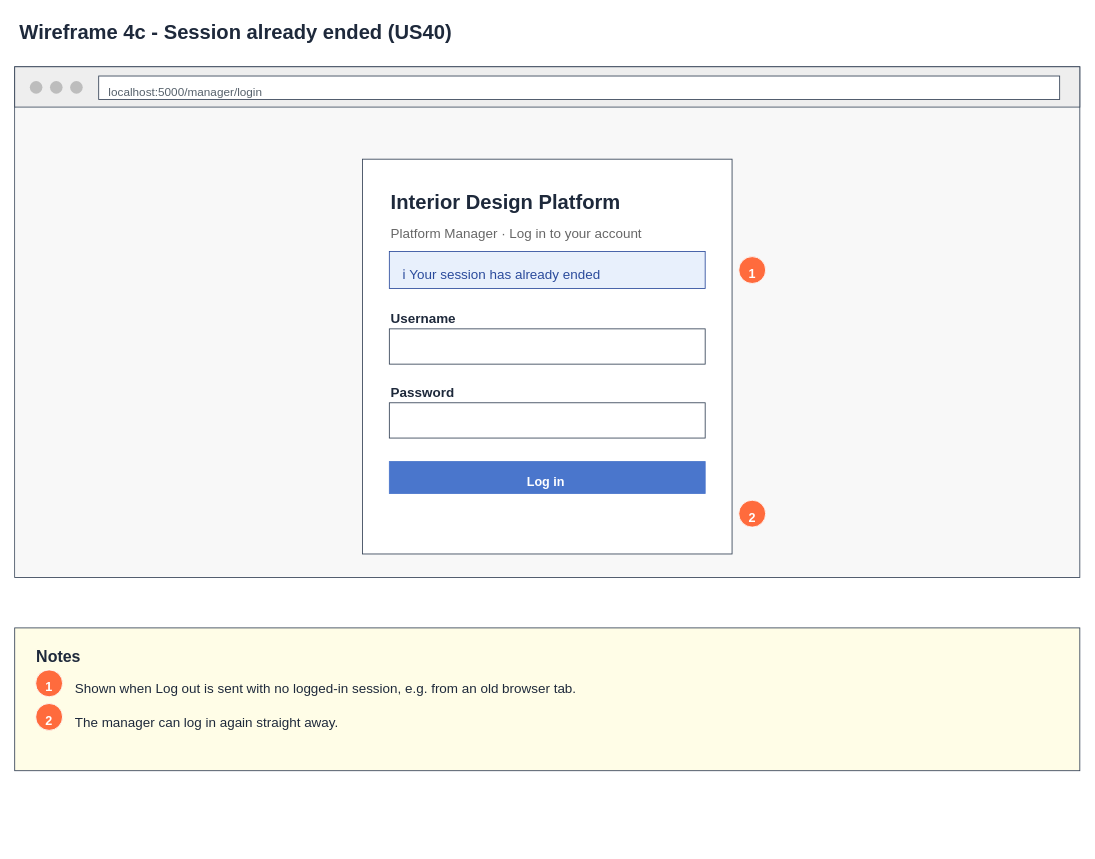
The draw.io diagram page "4c Wireframe - Session already ended" (4 of 7) of Sprint_2/US40 - Platform Manager Log out/US40 Platform manager log out.drawio in Hanzxc/CSIT314-ARCHSS, before the edit. Source tidied: cells renumbered, new cells numbered last; positions are measured from the earlier drawing's top-left corner, leaving out a move shared by most shapes. Both pictures are drawn from the tidied source at 84%, with x=0, y=0 at pixel (14, 14).
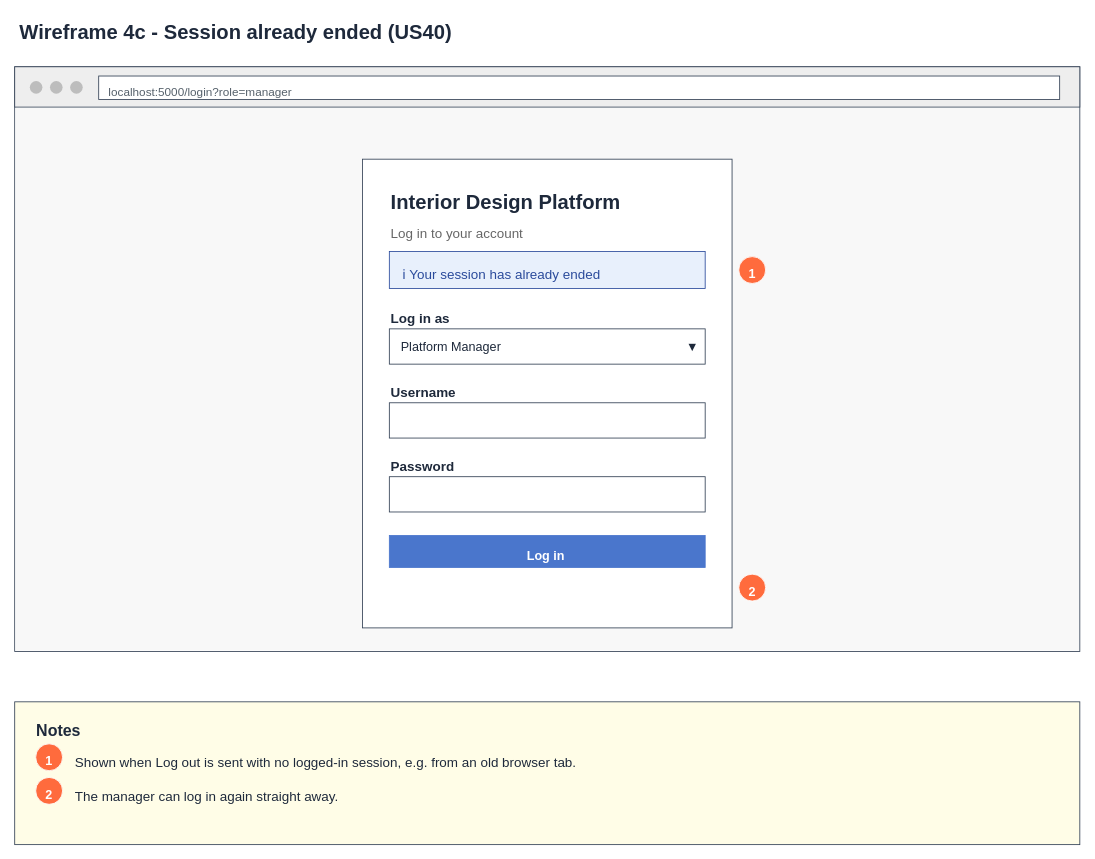
Above is the later version.

Diff of the diagram source:
```diff
@@
     <mxCell id="3" style="rounded=0;whiteSpace=wrap;fillColor=#ffffff;strokeColor=#334155;" parent="1" vertex="1">
-      <mxGeometry y="62" width="1268" height="608" as="geometry" />
+      <mxGeometry y="62" width="1268" height="696" as="geometry" />
     </mxCell>
@@
-    <mxCell id="9" value="localhost:5000/manager/login" style="text;html=0;align=left;verticalAlign=top;fontSize=14;fontStyle=0;fontColor=#56616b;" parent="1" vertex="1">
+    <mxCell id="9" value="localhost:5000/login?role=manager" style="text;html=0;align=left;verticalAlign=top;fontSize=14;fontStyle=0;fontColor=#56616b;" parent="1" vertex="1">
       <mxGeometry x="110" y="77" width="195" height="23" as="geometry" />
     </mxCell>
     <mxCell id="10" style="rounded=0;whiteSpace=wrap;fillColor=#f8f8f8;strokeColor=none;" parent="1" vertex="1">
-      <mxGeometry x="1" y="111" width="1266" height="558" as="geometry" />
+      <mxGeometry x="1" y="111" width="1266" height="646" as="geometry" />
     </mxCell>
     <mxCell id="11" style="rounded=0;whiteSpace=wrap;fillColor=#ffffff;strokeColor=#334155;" parent="1" vertex="1">
-      <mxGeometry x="414" y="172" width="440" height="470" as="geometry" />
+      <mxGeometry x="414" y="172" width="440" height="558" as="geometry" />
     </mxCell>
@@
-    <mxCell id="13" value="Platform Manager · Log in to your account" style="text;html=0;align=left;verticalAlign=top;fontSize=16;fontStyle=0;fontColor=#666666;" parent="1" vertex="1">
+    <mxCell id="13" value="Log in to your account" style="text;html=0;align=left;verticalAlign=top;fontSize=16;fontStyle=0;fontColor=#666666;" parent="1" vertex="1">
       <mxGeometry x="446" y="244" width="303" height="26" as="geometry" />
     </mxCell>
@@
     <mxCell id="16" value="Username" style="text;html=0;align=left;verticalAlign=top;fontSize=16;fontStyle=1;fontColor=#1e293b;" parent="1" vertex="1">
-      <mxGeometry x="446" y="346" width="86" height="26" as="geometry" />
+      <mxGeometry x="446" y="434" width="86" height="26" as="geometry" />
     </mxCell>
     <mxCell id="17" style="rounded=0;whiteSpace=wrap;fillColor=#ffffff;strokeColor=#334155;" parent="1" vertex="1">
-      <mxGeometry x="446" y="374" width="376" height="42" as="geometry" />
+      <mxGeometry x="446" y="462" width="376" height="42" as="geometry" />
     </mxCell>
     <mxCell id="18" value="Password" style="text;html=0;align=left;verticalAlign=top;fontSize=16;fontStyle=1;fontColor=#1e293b;" parent="1" vertex="1">
-      <mxGeometry x="446" y="434" width="84" height="26" as="geometry" />
+      <mxGeometry x="446" y="522" width="84" height="26" as="geometry" />
     </mxCell>
     <mxCell id="19" style="rounded=0;whiteSpace=wrap;fillColor=#ffffff;strokeColor=#334155;" parent="1" vertex="1">
-      <mxGeometry x="446" y="462" width="376" height="42" as="geometry" />
+      <mxGeometry x="446" y="550" width="376" height="42" as="geometry" />
     </mxCell>
     <mxCell id="20" style="rounded=0;whiteSpace=wrap;fillColor=#4a76cc;strokeColor=#4a76cc;" parent="1" vertex="1">
-      <mxGeometry x="446" y="532" width="376" height="38" as="geometry" />
+      <mxGeometry x="446" y="620" width="376" height="38" as="geometry" />
     </mxCell>
     <mxCell id="21" value="Log in" style="text;html=0;align=left;verticalAlign=top;fontSize=15;fontStyle=1;fontColor=#ffffff;" parent="1" vertex="1">
-      <mxGeometry x="608" y="541" width="52" height="24" as="geometry" />
+      <mxGeometry x="608" y="629" width="52" height="24" as="geometry" />
     </mxCell>
@@
     <mxCell id="24" style="ellipse;fillColor=#ff6b3d;strokeColor=#ffffff;" parent="1" vertex="1">
-      <mxGeometry x="862" y="578" width="32" height="32" as="geometry" />
+      <mxGeometry x="862" y="666" width="32" height="32" as="geometry" />
     </mxCell>
     <mxCell id="25" value="2" style="text;html=0;align=left;verticalAlign=top;fontSize=15;fontStyle=1;fontColor=#ffffff;" parent="1" vertex="1">
-      <mxGeometry x="872" y="583" width="16" height="24" as="geometry" />
+      <mxGeometry x="872" y="671" width="16" height="24" as="geometry" />
     </mxCell>
     <mxCell id="26" style="rounded=0;whiteSpace=wrap;fillColor=#fffde7;strokeColor=#334155;" parent="1" vertex="1">
-      <mxGeometry y="730" width="1268" height="170" as="geometry" />
+      <mxGeometry y="818" width="1268" height="170" as="geometry" />
     </mxCell>
     <mxCell id="27" value="Notes" style="text;html=0;align=left;verticalAlign=top;fontSize=19;fontStyle=1;fontColor=#1e293b;" parent="1" vertex="1">
-      <mxGeometry x="24" y="746" width="62" height="30" as="geometry" />
+      <mxGeometry x="24" y="834" width="62" height="30" as="geometry" />
     </mxCell>
     <mxCell id="28" style="ellipse;fillColor=#ff6b3d;strokeColor=#ffffff;" parent="1" vertex="1">
-      <mxGeometry x="25" y="780" width="32" height="32" as="geometry" />
+      <mxGeometry x="25" y="868" width="32" height="32" as="geometry" />
     </mxCell>
     <mxCell id="29" value="1" style="text;html=0;align=left;verticalAlign=top;fontSize=15;fontStyle=1;fontColor=#ffffff;" parent="1" vertex="1">
-      <mxGeometry x="35" y="785" width="16" height="24" as="geometry" />
+      <mxGeometry x="35" y="873" width="16" height="24" as="geometry" />
     </mxCell>
     <mxCell id="30" value="Shown when Log out is sent with no logged-in session, e.g. from an old browser tab." style="text;html=0;align=left;verticalAlign=top;fontSize=16;fontStyle=0;fontColor=#1e293b;" parent="1" vertex="1">
-      <mxGeometry x="70" y="786" width="601" height="26" as="geometry" />
+      <mxGeometry x="70" y="874" width="601" height="26" as="geometry" />
     </mxCell>
     <mxCell id="31" style="ellipse;fillColor=#ff6b3d;strokeColor=#ffffff;" parent="1" vertex="1">
-      <mxGeometry x="25" y="820" width="32" height="32" as="geometry" />
+      <mxGeometry x="25" y="908" width="32" height="32" as="geometry" />
     </mxCell>
     <mxCell id="32" value="2" style="text;html=0;align=left;verticalAlign=top;fontSize=15;fontStyle=1;fontColor=#ffffff;" parent="1" vertex="1">
-      <mxGeometry x="35" y="825" width="16" height="24" as="geometry" />
+      <mxGeometry x="35" y="913" width="16" height="24" as="geometry" />
     </mxCell>
     <mxCell id="33" value="The manager can log in again straight away." style="text;html=0;align=left;verticalAlign=top;fontSize=16;fontStyle=0;fontColor=#1e293b;" parent="1" vertex="1">
-      <mxGeometry x="70" y="826" width="322" height="26" as="geometry" />
+      <mxGeometry x="70" y="914" width="322" height="26" as="geometry" />
     </mxCell>
+    <mxCell id="34" value="Log in as" style="text;html=0;align=left;verticalAlign=top;fontSize=16;fontStyle=1;fontColor=#1e293b;" parent="1" vertex="1">
+      <mxGeometry x="446" y="346" width="86" height="26" as="geometry" />
+    </mxCell>
+    <mxCell id="35" value="Platform Manager" style="rounded=0;whiteSpace=wrap;fillColor=#ffffff;strokeColor=#334155;align=left;verticalAlign=middle;spacingLeft=12;fontSize=15;fontColor=#1e293b;" parent="1" vertex="1">
+      <mxGeometry x="446" y="374" width="376" height="42" as="geometry" />
+    </mxCell>
+    <mxCell id="36" value="▼" style="rounded=0;whiteSpace=wrap;fillColor=none;strokeColor=none;align=center;verticalAlign=middle;fontSize=15;fontColor=#1e293b;" parent="1" vertex="1">
+      <mxGeometry x="798" y="374" width="18" height="42" as="geometry" />
+    </mxCell>
```
